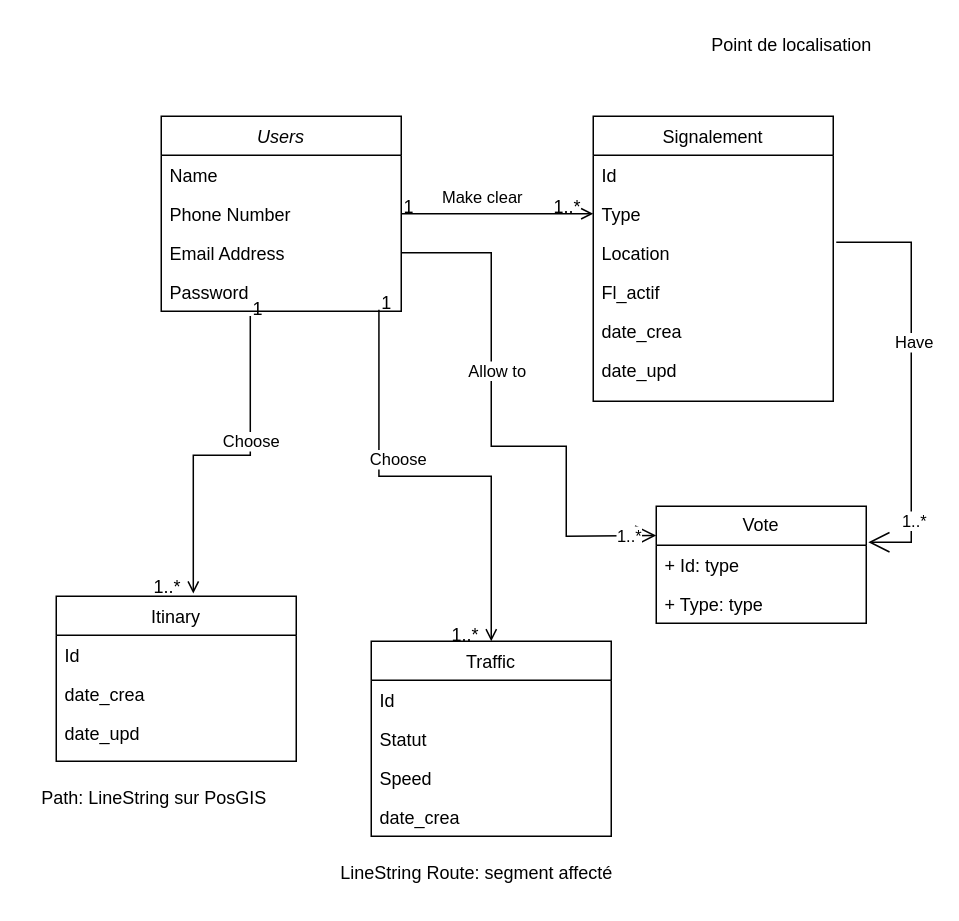
Earlier version of the draw.io diagram documentation/file-diagramme-uml/Diagramme sans nom.drawio (hamza-bely/4proj). Source tidied: cells renumbered, new cells numbered last; positions are measured from the earlier drawing's top-left corner, leaving out a move shared by most shapes. Both pictures are drawn from the tidied source at 150%, with x=0, y=0 at pixel (26, 26).
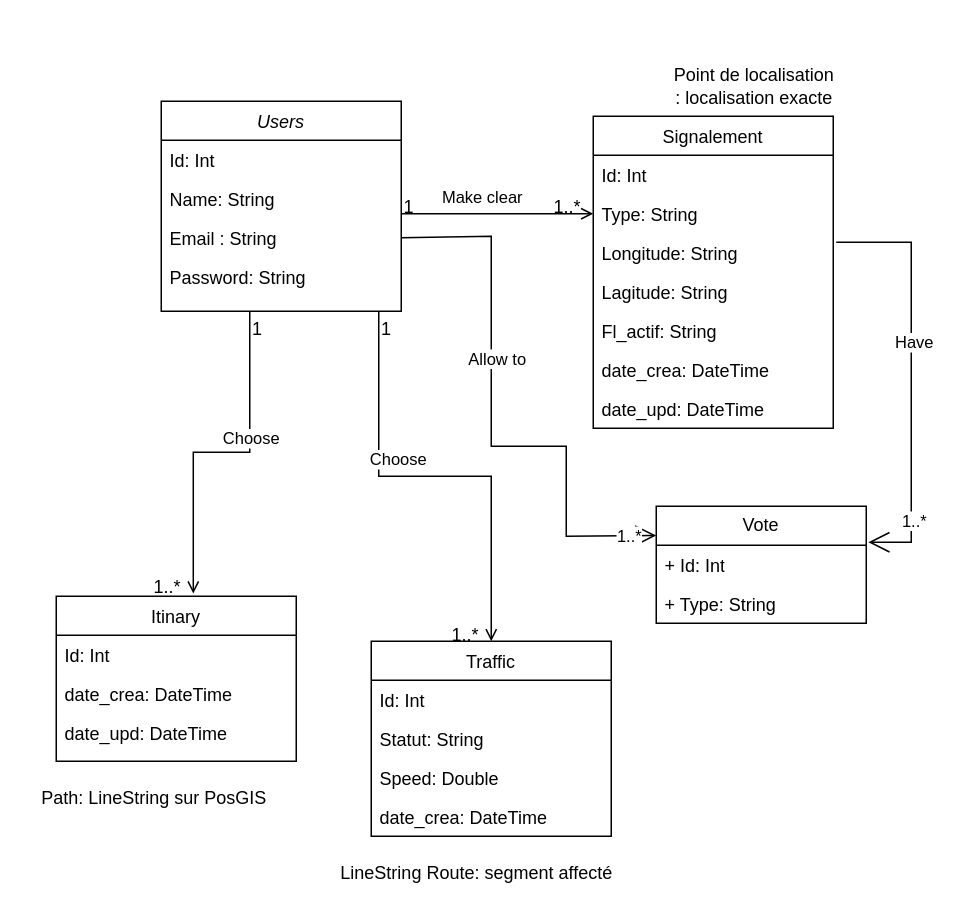
The same page after the edit.

The change refers to these unchanged cells:
```xml
<mxCell id="7" value="Itinary" style="swimlane;fontStyle=0;align=center;verticalAlign=top;horizontal=1;startSize=26;rounded=0;shadow=0;strokeWidth=1;" parent="1" vertex="1">
  <mxGeometry x="20" y="380" width="160" height="110" as="geometry" />
</mxCell>
<mxCell id="11" value="Traffic" style="swimlane;fontStyle=0;align=center;verticalAlign=top;horizontal=1;startSize=26;rounded=0;shadow=0;strokeWidth=1;" parent="1" vertex="1">
  <mxGeometry x="230" y="410" width="160" height="130" as="geometry" />
</mxCell>
<mxCell id="38" value="Vote" style="swimlane;fontStyle=0;horizontal=1;startSize=26;fillColor=none;whiteSpace=wrap;html=1;" parent="1" vertex="1">
  <mxGeometry x="420" y="320" width="140" height="78" as="geometry" />
</mxCell>
```

What changed in the source:
```diff
@@
     <mxCell id="2" value="Users" style="swimlane;fontStyle=2;align=center;verticalAlign=top;horizontal=1;startSize=26;rounded=0;shadow=0;strokeWidth=1;" parent="1" vertex="1">
-      <mxGeometry x="90" y="60" width="160" height="130" as="geometry" />
+      <mxGeometry x="90" y="50" width="160" height="140" as="geometry" />
     </mxCell>
+    <mxCell id="47" value="Id: Int" style="text;align=left;verticalAlign=top;spacingLeft=4;spacingRight=4;overflow=hidden;" parent="2" vertex="1">
+      <mxGeometry y="26" width="160" height="26" as="geometry" />
+    </mxCell>
-    <mxCell id="3" value="Name" style="text;align=left;verticalAlign=top;spacingLeft=4;spacingRight=4;overflow=hidden;" parent="2" vertex="1">
-      <mxGeometry y="26" width="160" height="26" as="geometry" />
+    <mxCell id="3" value="Name: String" style="text;align=left;verticalAlign=top;spacingLeft=4;spacingRight=4;overflow=hidden;" parent="2" vertex="1">
+      <mxGeometry y="52" width="160" height="26" as="geometry" />
     </mxCell>
-    <mxCell id="4" value="Phone Number" style="text;align=left;verticalAlign=top;spacingLeft=4;spacingRight=4;overflow=hidden;rounded=0;shadow=0;html=0;" parent="2" vertex="1">
-      <mxGeometry y="52" width="160" height="26" as="geometry" />
-    </mxCell>
-    <mxCell id="5" value="Email Address" style="text;align=left;verticalAlign=top;spacingLeft=4;spacingRight=4;overflow=hidden;points=[[0,0.5],[1,0.5]];portConstraint=eastwest;rounded=0;shadow=0;html=0;" parent="2" vertex="1">
+    <mxCell id="5" value="Email : String" style="text;align=left;verticalAlign=top;spacingLeft=4;spacingRight=4;overflow=hidden;points=[[0,0.5],[1,0.5]];portConstraint=eastwest;rounded=0;shadow=0;html=0;" parent="2" vertex="1">
       <mxGeometry y="78" width="160" height="26" as="geometry" />
     </mxCell>
-    <mxCell id="6" value="Password" style="text;align=left;verticalAlign=top;spacingLeft=4;spacingRight=4;overflow=hidden;points=[[0,0.5],[1,0.5]];portConstraint=eastwest;rounded=0;shadow=0;html=0;" parent="2" vertex="1">
+    <mxCell id="6" value="Password: String" style="text;align=left;verticalAlign=top;spacingLeft=4;spacingRight=4;overflow=hidden;points=[[0,0.5],[1,0.5]];portConstraint=eastwest;rounded=0;shadow=0;html=0;" parent="2" vertex="1">
       <mxGeometry y="104" width="160" height="26" as="geometry" />
     </mxCell>
@@
-    <mxCell id="8" value="Id" style="text;align=left;verticalAlign=top;spacingLeft=4;spacingRight=4;overflow=hidden;" parent="7" vertex="1">
+    <mxCell id="8" value="Id: Int" style="text;align=left;verticalAlign=top;spacingLeft=4;spacingRight=4;overflow=hidden;" parent="7" vertex="1">
       <mxGeometry y="26" width="160" height="26" as="geometry" />
     </mxCell>
-    <mxCell id="9" value="date_crea" style="text;align=left;verticalAlign=top;spacingLeft=4;spacingRight=4;overflow=hidden;rounded=0;shadow=0;html=0;" parent="7" vertex="1">
+    <mxCell id="9" value="date_crea: DateTime" style="text;align=left;verticalAlign=top;spacingLeft=4;spacingRight=4;overflow=hidden;rounded=0;shadow=0;html=0;" parent="7" vertex="1">
       <mxGeometry y="52" width="160" height="26" as="geometry" />
     </mxCell>
-    <mxCell id="10" value="date_upd" style="text;align=left;verticalAlign=top;spacingLeft=4;spacingRight=4;overflow=hidden;rounded=0;shadow=0;html=0;" parent="7" vertex="1">
+    <mxCell id="10" value="date_upd: DateTime" style="text;align=left;verticalAlign=top;spacingLeft=4;spacingRight=4;overflow=hidden;rounded=0;shadow=0;html=0;" parent="7" vertex="1">
       <mxGeometry y="78" width="160" height="26" as="geometry" />
     </mxCell>
@@
-    <mxCell id="12" value="Id" style="text;align=left;verticalAlign=top;spacingLeft=4;spacingRight=4;overflow=hidden;" parent="11" vertex="1">
+    <mxCell id="12" value="Id: Int" style="text;align=left;verticalAlign=top;spacingLeft=4;spacingRight=4;overflow=hidden;" parent="11" vertex="1">
       <mxGeometry y="26" width="160" height="26" as="geometry" />
     </mxCell>
-    <mxCell id="13" value="Statut" style="text;align=left;verticalAlign=top;spacingLeft=4;spacingRight=4;overflow=hidden;" parent="11" vertex="1">
+    <mxCell id="13" value="Statut: String" style="text;align=left;verticalAlign=top;spacingLeft=4;spacingRight=4;overflow=hidden;" parent="11" vertex="1">
       <mxGeometry y="52" width="160" height="26" as="geometry" />
     </mxCell>
-    <mxCell id="14" value="Speed" style="text;align=left;verticalAlign=top;spacingLeft=4;spacingRight=4;overflow=hidden;" parent="11" vertex="1">
+    <mxCell id="14" value="Speed: Double" style="text;align=left;verticalAlign=top;spacingLeft=4;spacingRight=4;overflow=hidden;" parent="11" vertex="1">
       <mxGeometry y="78" width="160" height="26" as="geometry" />
     </mxCell>
-    <mxCell id="15" value="date_crea" style="text;align=left;verticalAlign=top;spacingLeft=4;spacingRight=4;overflow=hidden;" parent="11" vertex="1">
+    <mxCell id="15" value="date_crea: DateTime" style="text;align=left;verticalAlign=top;spacingLeft=4;spacingRight=4;overflow=hidden;" parent="11" vertex="1">
       <mxGeometry y="104" width="160" height="26" as="geometry" />
     </mxCell>
     <mxCell id="16" value="Signalement" style="swimlane;fontStyle=0;align=center;verticalAlign=top;horizontal=1;startSize=26;rounded=0;shadow=0;strokeWidth=1;" parent="1" vertex="1">
-      <mxGeometry x="378" y="60" width="160" height="190" as="geometry" />
+      <mxGeometry x="378" y="60" width="160" height="208" as="geometry" />
     </mxCell>
-    <mxCell id="17" value="Id" style="text;align=left;verticalAlign=top;spacingLeft=4;spacingRight=4;overflow=hidden;" parent="16" vertex="1">
+    <mxCell id="17" value="Id: Int" style="text;align=left;verticalAlign=top;spacingLeft=4;spacingRight=4;overflow=hidden;" parent="16" vertex="1">
       <mxGeometry y="26" width="160" height="26" as="geometry" />
     </mxCell>
-    <mxCell id="18" value="Type" style="text;align=left;verticalAlign=top;spacingLeft=4;spacingRight=4;overflow=hidden;rounded=0;shadow=0;html=0;" parent="16" vertex="1">
+    <mxCell id="18" value="Type: String" style="text;align=left;verticalAlign=top;spacingLeft=4;spacingRight=4;overflow=hidden;rounded=0;shadow=0;html=0;" parent="16" vertex="1">
       <mxGeometry y="52" width="160" height="26" as="geometry" />
     </mxCell>
-    <mxCell id="19" value="Location" style="text;align=left;verticalAlign=top;spacingLeft=4;spacingRight=4;overflow=hidden;rounded=0;shadow=0;html=0;" parent="16" vertex="1">
+    <mxCell id="19" value="Longitude: String" style="text;align=left;verticalAlign=top;spacingLeft=4;spacingRight=4;overflow=hidden;rounded=0;shadow=0;html=0;" parent="16" vertex="1">
       <mxGeometry y="78" width="160" height="26" as="geometry" />
     </mxCell>
+    <mxCell id="48" value="Lagitude: String" style="text;align=left;verticalAlign=top;spacingLeft=4;spacingRight=4;overflow=hidden;rounded=0;shadow=0;html=0;" parent="16" vertex="1">
+      <mxGeometry y="104" width="160" height="26" as="geometry" />
+    </mxCell>
-    <mxCell id="20" value="Fl_actif" style="text;align=left;verticalAlign=top;spacingLeft=4;spacingRight=4;overflow=hidden;rounded=0;shadow=0;html=0;" parent="16" vertex="1">
-      <mxGeometry y="104" width="160" height="26" as="geometry" />
+    <mxCell id="20" value="Fl_actif: String" style="text;align=left;verticalAlign=top;spacingLeft=4;spacingRight=4;overflow=hidden;rounded=0;shadow=0;html=0;" parent="16" vertex="1">
+      <mxGeometry y="130" width="160" height="26" as="geometry" />
     </mxCell>
-    <mxCell id="21" value="date_crea" style="text;align=left;verticalAlign=top;spacingLeft=4;spacingRight=4;overflow=hidden;rounded=0;shadow=0;html=0;" parent="16" vertex="1">
-      <mxGeometry y="130" width="160" height="26" as="geometry" />
+    <mxCell id="21" value="date_crea: DateTime" style="text;align=left;verticalAlign=top;spacingLeft=4;spacingRight=4;overflow=hidden;rounded=0;shadow=0;html=0;" parent="16" vertex="1">
+      <mxGeometry y="156" width="160" height="26" as="geometry" />
     </mxCell>
-    <mxCell id="22" value="date_upd" style="text;align=left;verticalAlign=top;spacingLeft=4;spacingRight=4;overflow=hidden;rounded=0;shadow=0;html=0;" parent="16" vertex="1">
-      <mxGeometry y="156" width="160" height="26" as="geometry" />
+    <mxCell id="22" value="date_upd: DateTime" style="text;align=left;verticalAlign=top;spacingLeft=4;spacingRight=4;overflow=hidden;rounded=0;shadow=0;html=0;" parent="16" vertex="1">
+      <mxGeometry y="182" width="160" height="26" as="geometry" />
     </mxCell>
@@
-    <mxCell id="27" style="endArrow=open;shadow=0;strokeWidth=1;rounded=0;curved=0;endFill=1;edgeStyle=elbowEdgeStyle;elbow=vertical;entryX=0.571;entryY=-0.016;entryDx=0;entryDy=0;entryPerimeter=0;exitX=0.371;exitY=1.122;exitDx=0;exitDy=0;exitPerimeter=0;" parent="1" edge="1" source="6" target="7">
+    <mxCell id="27" style="endArrow=open;shadow=0;strokeWidth=1;rounded=0;curved=0;endFill=1;edgeStyle=elbowEdgeStyle;elbow=vertical;entryX=0.571;entryY=-0.016;entryDx=0;entryDy=0;entryPerimeter=0;" parent="1" edge="1" target="7">
       <mxGeometry x="0.5" y="41" relative="1" as="geometry">
+        <mxPoint x="149" y="190" as="sourcePoint" />
         <mxPoint x="-40" y="32" as="offset" />
       </mxGeometry>
     </mxCell>
     <mxCell id="28" value="1" style="align=left;verticalAlign=bottom;labelBackgroundColor=none;fontSize=12;" parent="27" vertex="1">
       <mxGeometry x="-1" relative="1" as="geometry">
-        <mxPoint y="4" as="offset" />
+        <mxPoint y="20" as="offset" />
       </mxGeometry>
     </mxCell>
@@
-    <mxCell id="31" value="Point de localisation&lt;div&gt;&lt;br&gt;&lt;/div&gt;" style="text;html=1;align=center;verticalAlign=middle;strokeColor=none;fillColor=none;" parent="1" vertex="1">
-      <mxGeometry x="445" width="130" height="40" as="geometry" />
+    <mxCell id="31" value="Point de localisation&lt;div&gt;: localisation exacte&lt;/div&gt;" style="text;html=1;align=center;verticalAlign=middle;strokeColor=none;fillColor=none;" parent="1" vertex="1">
+      <mxGeometry x="420" y="20" width="130" height="40" as="geometry" />
     </mxCell>
@@
-    <mxCell id="34" style="endArrow=open;shadow=0;strokeWidth=1;rounded=0;curved=0;endFill=1;edgeStyle=elbowEdgeStyle;elbow=vertical;entryX=0.5;entryY=0;entryDx=0;entryDy=0;exitX=0.907;exitY=0.962;exitDx=0;exitDy=0;exitPerimeter=0;" parent="1" edge="1" source="6" target="11">
+    <mxCell id="34" style="endArrow=open;shadow=0;strokeWidth=1;rounded=0;curved=0;endFill=1;edgeStyle=elbowEdgeStyle;elbow=vertical;entryX=0.5;entryY=0;entryDx=0;entryDy=0;" parent="1" edge="1" target="11">
       <mxGeometry x="0.5" y="41" relative="1" as="geometry">
+        <mxPoint x="235" y="190" as="sourcePoint" />
         <mxPoint x="-40" y="32" as="offset" />
       </mxGeometry>
     </mxCell>
     <mxCell id="35" value="1" style="align=left;verticalAlign=bottom;labelBackgroundColor=none;fontSize=12;" parent="34" vertex="1">
       <mxGeometry x="-1" relative="1" as="geometry">
-        <mxPoint y="4" as="offset" />
+        <mxPoint y="20" as="offset" />
       </mxGeometry>
     </mxCell>
@@
-    <mxCell id="39" value="+ Id: type" style="text;strokeColor=none;fillColor=none;align=left;verticalAlign=top;spacingLeft=4;spacingRight=4;overflow=hidden;points=[[0,0.5],[1,0.5]];portConstraint=eastwest;whiteSpace=wrap;html=1;" parent="38" vertex="1">
+    <mxCell id="39" value="+ Id: Int" style="text;strokeColor=none;fillColor=none;align=left;verticalAlign=top;spacingLeft=4;spacingRight=4;overflow=hidden;points=[[0,0.5],[1,0.5]];portConstraint=eastwest;whiteSpace=wrap;html=1;" parent="38" vertex="1">
       <mxGeometry y="26" width="140" height="26" as="geometry" />
     </mxCell>
-    <mxCell id="40" value="+ Type: type" style="text;strokeColor=none;fillColor=none;align=left;verticalAlign=top;spacingLeft=4;spacingRight=4;overflow=hidden;whiteSpace=wrap;html=1;" parent="38" vertex="1">
+    <mxCell id="40" value="+ Type: String" style="text;strokeColor=none;fillColor=none;align=left;verticalAlign=top;spacingLeft=4;spacingRight=4;overflow=hidden;whiteSpace=wrap;html=1;" parent="38" vertex="1">
       <mxGeometry y="52" width="140" height="26" as="geometry" />
     </mxCell>
     <mxCell id="41" style="endArrow=open;endFill=1;endSize=12;html=1;rounded=0;exitX=1;exitY=0.5;exitDx=0;exitDy=0;entryX=0;entryY=0.25;entryDx=0;entryDy=0;" parent="1" edge="1" source="5" target="38">
       <mxGeometry relative="1" as="geometry">
         <Array as="points">
-          <mxPoint x="310" y="151" />
+          <mxPoint x="310" y="140" />
           <mxPoint x="310" y="280" />
           <mxPoint x="360" y="280" />
           <mxPoint x="360" y="340" />
         </Array>
       </mxGeometry>
     </mxCell>
```
